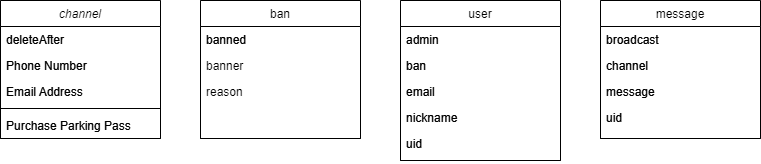
Above: Documentazione/diagrammi/schema db ad oggetti.png in nadiafasani/chat-with-firebase (draw.io), before the change. Source tidied: cells renumbered, new cells last; positions are measured from the earlier drawing's top-left corner, leaving out a move shared by most shapes. The source it was exported from:
```xml
<mxGraphModel>
  <root>
    <mxCell id="0" />
    <mxCell id="1" parent="0" />
    <mxCell id="2" value="channel" style="swimlane;fontStyle=2;align=center;verticalAlign=top;horizontal=1;startSize=26;rounded=0;shadow=0;strokeWidth=1;" parent="1" vertex="1">
      <mxGeometry width="160" height="138" as="geometry" />
    </mxCell>
    <mxCell id="3" value="deleteAfter" style="text;align=left;verticalAlign=top;spacingLeft=4;spacingRight=4;overflow=hidden;" parent="2" vertex="1">
      <mxGeometry y="26" width="160" height="26" as="geometry" />
    </mxCell>
    <mxCell id="4" value="Phone Number" style="text;align=left;verticalAlign=top;spacingLeft=4;spacingRight=4;overflow=hidden;rounded=0;shadow=0;html=0;" parent="2" vertex="1">
      <mxGeometry y="52" width="160" height="26" as="geometry" />
    </mxCell>
    <mxCell id="5" value="Email Address" style="text;align=left;verticalAlign=top;spacingLeft=4;spacingRight=4;overflow=hidden;rounded=0;shadow=0;html=0;" parent="2" vertex="1">
      <mxGeometry y="78" width="160" height="26" as="geometry" />
    </mxCell>
    <mxCell id="6" style="line;html=1;strokeWidth=1;align=left;verticalAlign=middle;spacingTop=-1;spacingLeft=3;spacingRight=3;labelPosition=right;" parent="2" vertex="1">
      <mxGeometry y="104" width="160" height="8" as="geometry" />
    </mxCell>
    <mxCell id="7" value="Purchase Parking Pass" style="text;align=left;verticalAlign=top;spacingLeft=4;spacingRight=4;overflow=hidden;" parent="2" vertex="1">
      <mxGeometry y="112" width="160" height="26" as="geometry" />
    </mxCell>
    <mxCell id="8" value="message" style="swimlane;fontStyle=0;align=center;verticalAlign=top;horizontal=1;startSize=26;rounded=0;shadow=0;strokeWidth=1;" parent="1" vertex="1">
      <mxGeometry x="600" width="160" height="138" as="geometry" />
    </mxCell>
    <mxCell id="9" value="broadcast" style="text;align=left;verticalAlign=top;spacingLeft=4;spacingRight=4;overflow=hidden;" parent="8" vertex="1">
      <mxGeometry y="26" width="160" height="26" as="geometry" />
    </mxCell>
    <mxCell id="10" value="channel" style="text;align=left;verticalAlign=top;spacingLeft=4;spacingRight=4;overflow=hidden;rounded=0;shadow=0;html=0;" parent="8" vertex="1">
      <mxGeometry y="52" width="160" height="26" as="geometry" />
    </mxCell>
    <mxCell id="11" value="message" style="text;align=left;verticalAlign=top;spacingLeft=4;spacingRight=4;overflow=hidden;" parent="8" vertex="1">
      <mxGeometry y="78" width="160" height="26" as="geometry" />
    </mxCell>
    <mxCell id="12" value="uid" style="text;align=left;verticalAlign=top;spacingLeft=4;spacingRight=4;overflow=hidden;" parent="8" vertex="1">
      <mxGeometry y="104" width="160" height="26" as="geometry" />
    </mxCell>
    <mxCell id="13" value="user" style="swimlane;fontStyle=0;align=center;verticalAlign=top;horizontal=1;startSize=26;rounded=0;shadow=0;strokeWidth=1;" parent="1" vertex="1">
      <mxGeometry x="400" width="160" height="160" as="geometry" />
    </mxCell>
    <mxCell id="14" value="admin" style="text;align=left;verticalAlign=top;spacingLeft=4;spacingRight=4;overflow=hidden;" parent="13" vertex="1">
      <mxGeometry y="26" width="160" height="26" as="geometry" />
    </mxCell>
    <mxCell id="15" value="ban" style="text;align=left;verticalAlign=top;spacingLeft=4;spacingRight=4;overflow=hidden;rounded=0;shadow=0;html=0;" parent="13" vertex="1">
      <mxGeometry y="52" width="160" height="26" as="geometry" />
    </mxCell>
    <mxCell id="16" value="email" style="text;align=left;verticalAlign=top;spacingLeft=4;spacingRight=4;overflow=hidden;rounded=0;shadow=0;html=0;" parent="13" vertex="1">
      <mxGeometry y="78" width="160" height="26" as="geometry" />
    </mxCell>
    <mxCell id="17" value="nickname" style="text;align=left;verticalAlign=top;spacingLeft=4;spacingRight=4;overflow=hidden;rounded=0;shadow=0;html=0;" parent="13" vertex="1">
      <mxGeometry y="104" width="160" height="26" as="geometry" />
    </mxCell>
    <mxCell id="18" value="uid" style="text;align=left;verticalAlign=top;spacingLeft=4;spacingRight=4;overflow=hidden;rounded=0;shadow=0;html=0;" parent="13" vertex="1">
      <mxGeometry y="130" width="160" height="30" as="geometry" />
    </mxCell>
    <mxCell id="19" value="ban" style="swimlane;fontStyle=0;align=center;verticalAlign=top;horizontal=1;startSize=26;rounded=0;shadow=0;strokeWidth=1;" parent="1" vertex="1">
      <mxGeometry x="200" width="160" height="138" as="geometry" />
    </mxCell>
    <mxCell id="20" value="banned" style="text;align=left;verticalAlign=top;spacingLeft=4;spacingRight=4;overflow=hidden;" parent="19" vertex="1">
      <mxGeometry y="26" width="160" height="26" as="geometry" />
    </mxCell>
    <mxCell id="21" value="channel" style="swimlane;fontStyle=2;align=center;verticalAlign=top;horizontal=1;startSize=26;rounded=0;shadow=0;strokeWidth=1;" parent="1" vertex="1">
      <mxGeometry width="160" height="138" as="geometry" />
    </mxCell>
    <mxCell id="22" value="deleteAfter" style="text;align=left;verticalAlign=top;spacingLeft=4;spacingRight=4;overflow=hidden;" parent="21" vertex="1">
      <mxGeometry y="26" width="160" height="26" as="geometry" />
    </mxCell>
    <mxCell id="23" value="Phone Number" style="text;align=left;verticalAlign=top;spacingLeft=4;spacingRight=4;overflow=hidden;rounded=0;shadow=0;html=0;" parent="21" vertex="1">
      <mxGeometry y="52" width="160" height="26" as="geometry" />
    </mxCell>
    <mxCell id="24" value="Email Address" style="text;align=left;verticalAlign=top;spacingLeft=4;spacingRight=4;overflow=hidden;rounded=0;shadow=0;html=0;" parent="21" vertex="1">
      <mxGeometry y="78" width="160" height="26" as="geometry" />
    </mxCell>
    <mxCell id="25" style="line;html=1;strokeWidth=1;align=left;verticalAlign=middle;spacingTop=-1;spacingLeft=3;spacingRight=3;labelPosition=right;" parent="21" vertex="1">
      <mxGeometry y="104" width="160" height="8" as="geometry" />
    </mxCell>
    <mxCell id="26" value="Purchase Parking Pass" style="text;align=left;verticalAlign=top;spacingLeft=4;spacingRight=4;overflow=hidden;" parent="21" vertex="1">
      <mxGeometry y="112" width="160" height="26" as="geometry" />
    </mxCell>
    <mxCell id="27" value="message" style="swimlane;fontStyle=0;align=center;verticalAlign=top;horizontal=1;startSize=26;rounded=0;shadow=0;strokeWidth=1;" parent="1" vertex="1">
      <mxGeometry x="600" width="160" height="138" as="geometry" />
    </mxCell>
    <mxCell id="28" value="broadcast" style="text;align=left;verticalAlign=top;spacingLeft=4;spacingRight=4;overflow=hidden;" parent="27" vertex="1">
      <mxGeometry y="26" width="160" height="26" as="geometry" />
    </mxCell>
    <mxCell id="29" value="channel" style="text;align=left;verticalAlign=top;spacingLeft=4;spacingRight=4;overflow=hidden;rounded=0;shadow=0;html=0;" parent="27" vertex="1">
      <mxGeometry y="52" width="160" height="26" as="geometry" />
    </mxCell>
    <mxCell id="30" value="message" style="text;align=left;verticalAlign=top;spacingLeft=4;spacingRight=4;overflow=hidden;" parent="27" vertex="1">
      <mxGeometry y="78" width="160" height="26" as="geometry" />
    </mxCell>
    <mxCell id="31" value="uid" style="text;align=left;verticalAlign=top;spacingLeft=4;spacingRight=4;overflow=hidden;" parent="27" vertex="1">
      <mxGeometry y="104" width="160" height="26" as="geometry" />
    </mxCell>
    <mxCell id="32" value="user" style="swimlane;fontStyle=0;align=center;verticalAlign=top;horizontal=1;startSize=26;rounded=0;shadow=0;strokeWidth=1;" parent="1" vertex="1">
      <mxGeometry x="400" width="160" height="160" as="geometry" />
    </mxCell>
    <mxCell id="33" value="admin" style="text;align=left;verticalAlign=top;spacingLeft=4;spacingRight=4;overflow=hidden;" parent="32" vertex="1">
      <mxGeometry y="26" width="160" height="26" as="geometry" />
    </mxCell>
    <mxCell id="34" value="ban" style="text;align=left;verticalAlign=top;spacingLeft=4;spacingRight=4;overflow=hidden;rounded=0;shadow=0;html=0;" parent="32" vertex="1">
      <mxGeometry y="52" width="160" height="26" as="geometry" />
    </mxCell>
    <mxCell id="35" value="email" style="text;align=left;verticalAlign=top;spacingLeft=4;spacingRight=4;overflow=hidden;rounded=0;shadow=0;html=0;" parent="32" vertex="1">
      <mxGeometry y="78" width="160" height="26" as="geometry" />
    </mxCell>
    <mxCell id="36" value="nickname" style="text;align=left;verticalAlign=top;spacingLeft=4;spacingRight=4;overflow=hidden;rounded=0;shadow=0;html=0;" parent="32" vertex="1">
      <mxGeometry y="104" width="160" height="26" as="geometry" />
    </mxCell>
    <mxCell id="37" value="uid" style="text;align=left;verticalAlign=top;spacingLeft=4;spacingRight=4;overflow=hidden;rounded=0;shadow=0;html=0;" parent="32" vertex="1">
      <mxGeometry y="130" width="160" height="30" as="geometry" />
    </mxCell>
    <mxCell id="38" value="ban" style="swimlane;fontStyle=0;align=center;verticalAlign=top;horizontal=1;startSize=26;rounded=0;shadow=0;strokeWidth=1;" parent="1" vertex="1">
      <mxGeometry x="200" width="160" height="138" as="geometry" />
    </mxCell>
    <mxCell id="39" value="banned" style="text;align=left;verticalAlign=top;spacingLeft=4;spacingRight=4;overflow=hidden;" parent="38" vertex="1">
      <mxGeometry y="26" width="160" height="26" as="geometry" />
    </mxCell>
    <mxCell id="40" value="banner" style="text;align=left;verticalAlign=top;spacingLeft=4;spacingRight=4;overflow=hidden;" parent="38" vertex="1">
      <mxGeometry y="52" width="160" height="26" as="geometry" />
    </mxCell>
    <mxCell id="41" value="reason" style="text;align=left;verticalAlign=top;spacingLeft=4;spacingRight=4;overflow=hidden;" parent="38" vertex="1">
      <mxGeometry y="78" width="160" height="26" as="geometry" />
    </mxCell>
  </root>
</mxGraphModel>
```
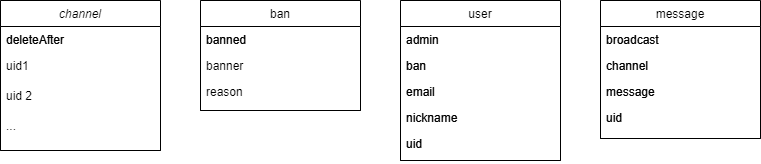
Above is the later version.

Change to the diagram source:
```diff
@@ -3,23 +3,11 @@
     <mxCell id="0" />
     <mxCell id="1" parent="0" />
     <mxCell id="2" value="channel" style="swimlane;fontStyle=2;align=center;verticalAlign=top;horizontal=1;startSize=26;rounded=0;shadow=0;strokeWidth=1;" parent="1" vertex="1">
-      <mxGeometry width="160" height="138" as="geometry" />
+      <mxGeometry width="160" height="150" as="geometry" />
     </mxCell>
     <mxCell id="3" value="deleteAfter" style="text;align=left;verticalAlign=top;spacingLeft=4;spacingRight=4;overflow=hidden;" parent="2" vertex="1">
       <mxGeometry y="26" width="160" height="26" as="geometry" />
     </mxCell>
-    <mxCell id="4" value="Phone Number" style="text;align=left;verticalAlign=top;spacingLeft=4;spacingRight=4;overflow=hidden;rounded=0;shadow=0;html=0;" parent="2" vertex="1">
-      <mxGeometry y="52" width="160" height="26" as="geometry" />
-    </mxCell>
-    <mxCell id="5" value="Email Address" style="text;align=left;verticalAlign=top;spacingLeft=4;spacingRight=4;overflow=hidden;rounded=0;shadow=0;html=0;" parent="2" vertex="1">
-      <mxGeometry y="78" width="160" height="26" as="geometry" />
-    </mxCell>
-    <mxCell id="6" style="line;html=1;strokeWidth=1;align=left;verticalAlign=middle;spacingTop=-1;spacingLeft=3;spacingRight=3;labelPosition=right;" parent="2" vertex="1">
-      <mxGeometry y="104" width="160" height="8" as="geometry" />
-    </mxCell>
-    <mxCell id="7" value="Purchase Parking Pass" style="text;align=left;verticalAlign=top;spacingLeft=4;spacingRight=4;overflow=hidden;" parent="2" vertex="1">
-      <mxGeometry y="112" width="160" height="26" as="geometry" />
-    </mxCell>
     <mxCell id="8" value="message" style="swimlane;fontStyle=0;align=center;verticalAlign=top;horizontal=1;startSize=26;rounded=0;shadow=0;strokeWidth=1;" parent="1" vertex="1">
       <mxGeometry x="600" width="160" height="138" as="geometry" />
     </mxCell>
@@ -54,29 +42,26 @@
       <mxGeometry y="130" width="160" height="30" as="geometry" />
     </mxCell>
     <mxCell id="19" value="ban" style="swimlane;fontStyle=0;align=center;verticalAlign=top;horizontal=1;startSize=26;rounded=0;shadow=0;strokeWidth=1;" parent="1" vertex="1">
-      <mxGeometry x="200" width="160" height="138" as="geometry" />
+      <mxGeometry x="200" width="160" height="110" as="geometry" />
     </mxCell>
     <mxCell id="20" value="banned" style="text;align=left;verticalAlign=top;spacingLeft=4;spacingRight=4;overflow=hidden;" parent="19" vertex="1">
       <mxGeometry y="26" width="160" height="26" as="geometry" />
     </mxCell>
     <mxCell id="21" value="channel" style="swimlane;fontStyle=2;align=center;verticalAlign=top;horizontal=1;startSize=26;rounded=0;shadow=0;strokeWidth=1;" parent="1" vertex="1">
-      <mxGeometry width="160" height="138" as="geometry" />
+      <mxGeometry width="160" height="150" as="geometry" />
     </mxCell>
     <mxCell id="22" value="deleteAfter" style="text;align=left;verticalAlign=top;spacingLeft=4;spacingRight=4;overflow=hidden;" parent="21" vertex="1">
       <mxGeometry y="26" width="160" height="26" as="geometry" />
     </mxCell>
-    <mxCell id="23" value="Phone Number" style="text;align=left;verticalAlign=top;spacingLeft=4;spacingRight=4;overflow=hidden;rounded=0;shadow=0;html=0;" parent="21" vertex="1">
-      <mxGeometry y="52" width="160" height="26" as="geometry" />
-    </mxCell>
-    <mxCell id="24" value="Email Address" style="text;align=left;verticalAlign=top;spacingLeft=4;spacingRight=4;overflow=hidden;rounded=0;shadow=0;html=0;" parent="21" vertex="1">
-      <mxGeometry y="78" width="160" height="26" as="geometry" />
-    </mxCell>
-    <mxCell id="25" style="line;html=1;strokeWidth=1;align=left;verticalAlign=middle;spacingTop=-1;spacingLeft=3;spacingRight=3;labelPosition=right;" parent="21" vertex="1">
-      <mxGeometry y="104" width="160" height="8" as="geometry" />
-    </mxCell>
-    <mxCell id="26" value="Purchase Parking Pass" style="text;align=left;verticalAlign=top;spacingLeft=4;spacingRight=4;overflow=hidden;" parent="21" vertex="1">
-      <mxGeometry y="112" width="160" height="26" as="geometry" />
-    </mxCell>
+    <mxCell id="42" value="uid1" style="text;align=left;verticalAlign=top;spacingLeft=4;spacingRight=4;overflow=hidden;rounded=0;shadow=0;html=0;" parent="21" vertex="1">
+      <mxGeometry y="52" width="160" height="30" as="geometry" />
+    </mxCell>
+    <mxCell id="43" value="uid 2" style="text;align=left;verticalAlign=top;spacingLeft=4;spacingRight=4;overflow=hidden;rounded=0;shadow=0;html=0;" parent="21" vertex="1">
+      <mxGeometry y="82" width="160" height="30" as="geometry" />
+    </mxCell>
+    <mxCell id="44" value="..." style="text;align=left;verticalAlign=top;spacingLeft=4;spacingRight=4;overflow=hidden;rounded=0;shadow=0;html=0;" parent="21" vertex="1">
+      <mxGeometry y="112" width="160" height="30" as="geometry" />
+    </mxCell>
     <mxCell id="27" value="message" style="swimlane;fontStyle=0;align=center;verticalAlign=top;horizontal=1;startSize=26;rounded=0;shadow=0;strokeWidth=1;" parent="1" vertex="1">
       <mxGeometry x="600" width="160" height="138" as="geometry" />
     </mxCell>
@@ -111,7 +96,7 @@
       <mxGeometry y="130" width="160" height="30" as="geometry" />
     </mxCell>
     <mxCell id="38" value="ban" style="swimlane;fontStyle=0;align=center;verticalAlign=top;horizontal=1;startSize=26;rounded=0;shadow=0;strokeWidth=1;" parent="1" vertex="1">
-      <mxGeometry x="200" width="160" height="138" as="geometry" />
+      <mxGeometry x="200" width="160" height="110" as="geometry" />
     </mxCell>
     <mxCell id="39" value="banned" style="text;align=left;verticalAlign=top;spacingLeft=4;spacingRight=4;overflow=hidden;" parent="38" vertex="1">
       <mxGeometry y="26" width="160" height="26" as="geometry" />
```
